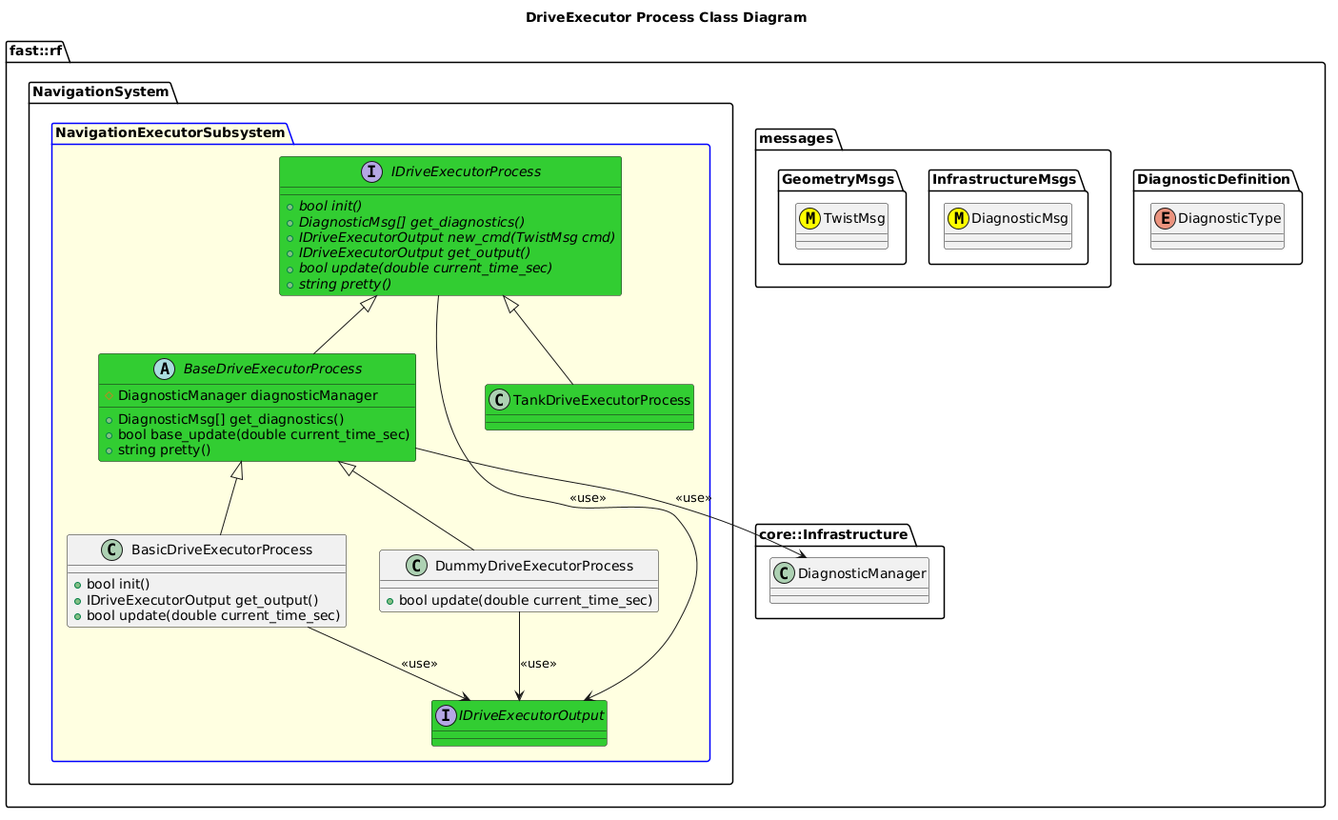
fastrobotics/robot_framework keeps this PlantUML diagram as Systems/Navigation/Subsystems/NavigationExecutor/Processes/DriveExecutor/doc/puml/DriveExecutorProcessClassDiagram.png. Above is the earlier version.
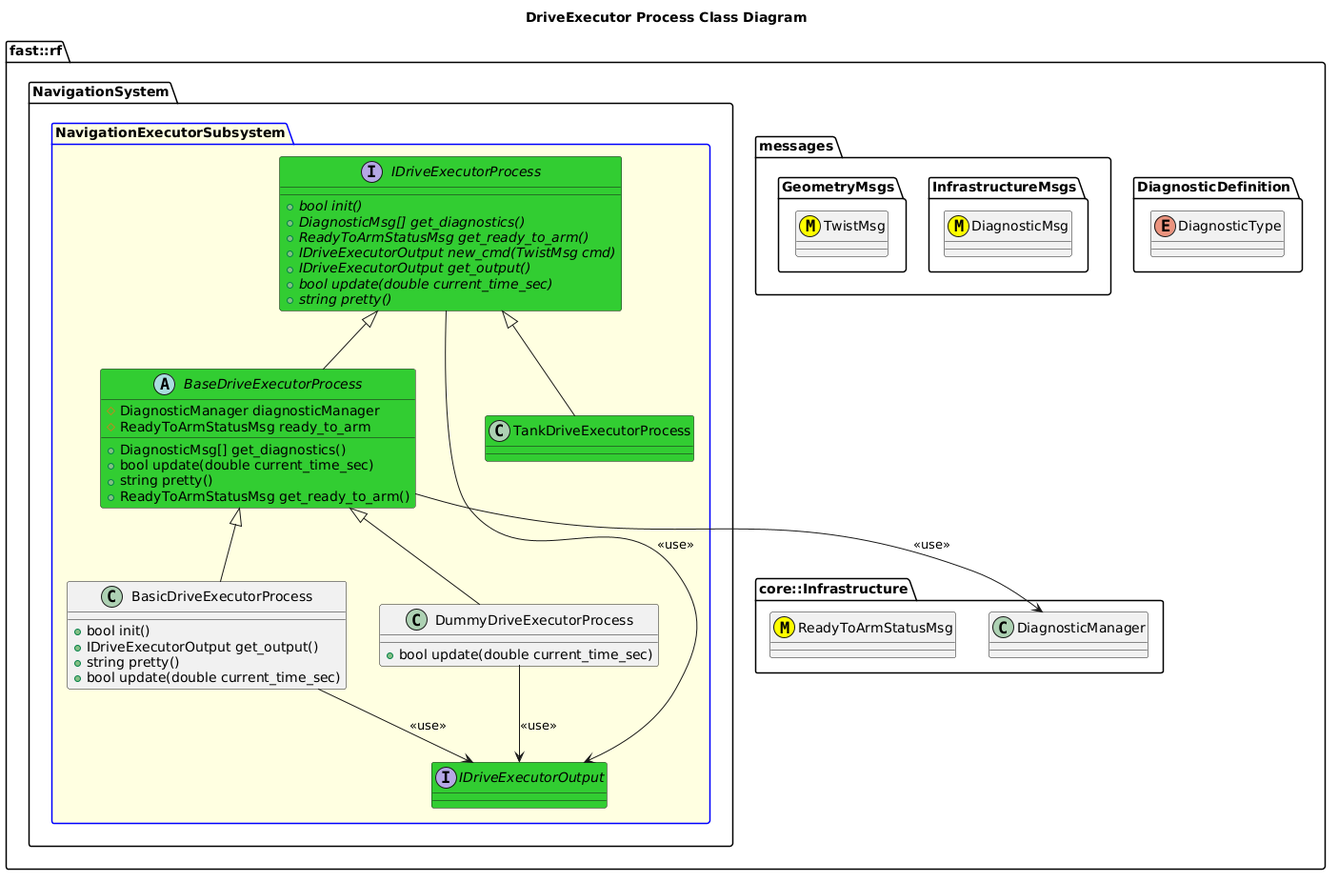
Above is the later version.

Diff of the diagram source:
```diff
@@ -15,6 +15,7 @@
   }
   namespace core::Infrastructure {
     class DiagnosticManager
+    class ReadyToArmStatusMsg <<(M,#FFFF00)>>
   }
   namespace NavigationSystem {
     package NavigationExecutorSubsystem #LightYellow;line:blue {
@@ -24,6 +25,7 @@
         interface IDriveExecutorProcess #LimeGreen {
           +{abstract} bool init()
           +{abstract} DiagnosticMsg[] get_diagnostics()
+          +{abstract} ReadyToArmStatusMsg get_ready_to_arm()
           +{abstract} IDriveExecutorOutput new_cmd(TwistMsg cmd)
           +{abstract} IDriveExecutorOutput get_output()
           +{abstract} bool update(double current_time_sec)
@@ -32,9 +34,11 @@
         IDriveExecutorProcess --> IDriveExecutorOutput: <<use>>
         abstract BaseDriveExecutorProcess #LimeGreen {
           +DiagnosticMsg[] get_diagnostics()
-          +bool base_update(double current_time_sec)
+          +bool update(double current_time_sec)
           +string pretty()
+          +ReadyToArmStatusMsg get_ready_to_arm()
           #DiagnosticManager diagnosticManager
+          #ReadyToArmStatusMsg ready_to_arm
 
 
         }
@@ -43,6 +47,7 @@
         class BasicDriveExecutorProcess {
           +bool init()
           +IDriveExecutorOutput get_output()
+          +string pretty()
           +bool update(double current_time_sec)
         }
         BasicDriveExecutorProcess -up-|> BaseDriveExecutorProcess
```
